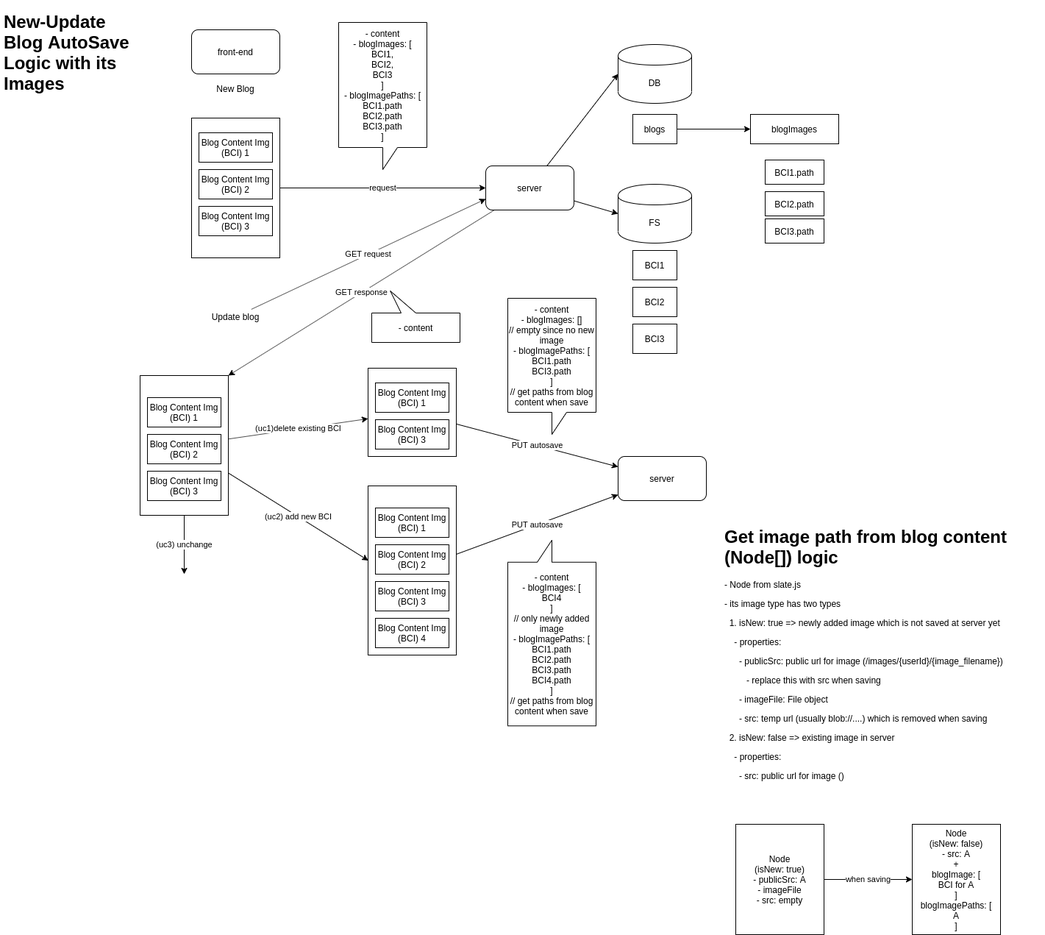
Above: AutoSave_New_Update_Blog_Logic.PNG in stsiwo/sts_blogs (draw.io), before the change. Source tidied: cells renumbered, new cells last; positions are measured from the earlier drawing's top-left corner, leaving out a move shared by most shapes.
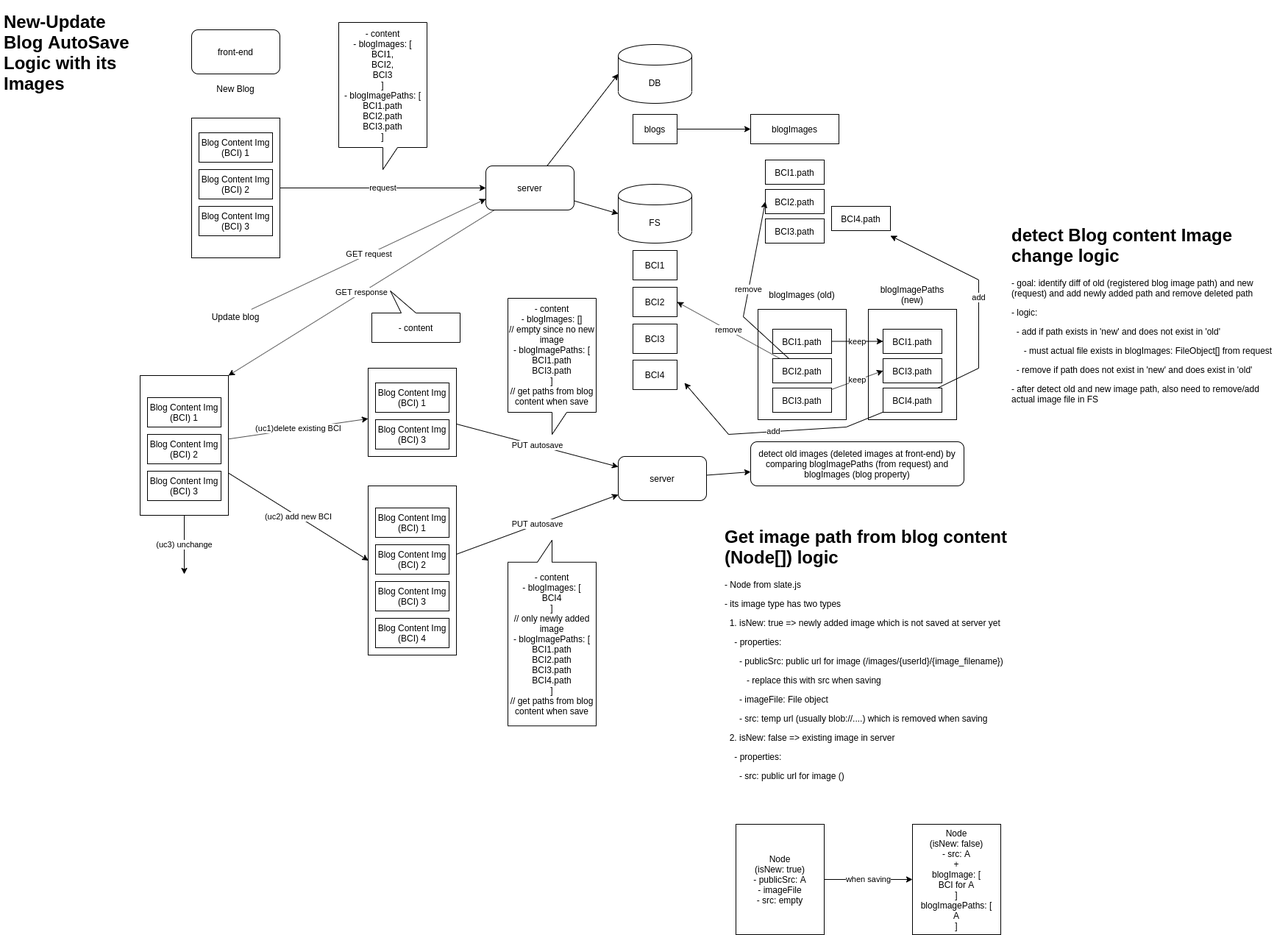
The same file after the commit.

What changed in the source:
```diff
@@ -72,7 +72,7 @@
       <mxGeometry x="1040" y="207" width="80" height="33" as="geometry" />
     </mxCell>
     <mxCell id="25" value="BCI2.path" style="rounded=0;whiteSpace=wrap;html=1;" parent="1" vertex="1">
-      <mxGeometry x="1040" y="250" width="80" height="33" as="geometry" />
+      <mxGeometry x="1040" y="247" width="80" height="33" as="geometry" />
     </mxCell>
     <mxCell id="26" value="BCI3.path" style="rounded=0;whiteSpace=wrap;html=1;" parent="1" vertex="1">
       <mxGeometry x="1040" y="287" width="80" height="33" as="geometry" />
@@ -139,9 +139,15 @@
     <mxCell id="46" value="Blog Content Img (BCI) 4" style="rounded=0;whiteSpace=wrap;html=1;" parent="1" vertex="1">
       <mxGeometry x="510" y="830" width="100" height="40" as="geometry" />
     </mxCell>
+    <mxCell id="54" style="edgeStyle=none;rounded=0;jettySize=auto;html=1;" parent="1" edge="1" source="47" target="55">
+      <mxGeometry relative="1" as="geometry" />
+    </mxCell>
     <mxCell id="47" value="server" style="rounded=1;whiteSpace=wrap;html=1;" parent="1" vertex="1">
       <mxGeometry x="840" y="610" width="120" height="60" as="geometry" />
     </mxCell>
+    <mxCell id="55" value="detect old images (deleted images at front-end) by comparing blogImagePaths (from request) and blogImages (blog property)" style="rounded=1;whiteSpace=wrap;html=1;" parent="1" vertex="1">
+      <mxGeometry x="1020" y="590" width="290" height="60" as="geometry" />
+    </mxCell>
     <mxCell id="48" value="- content&lt;br&gt;- blogImages: []&lt;br&gt;// empty since no new image&lt;br&gt;- blogImagePaths: [&lt;br&gt;BCI1.path&lt;br&gt;BCI3.path&lt;br&gt;]&lt;br&gt;// get paths from blog content when save" style="shape=callout;whiteSpace=wrap;html=1;perimeter=calloutPerimeter;" parent="1" vertex="1">
       <mxGeometry x="690" y="395" width="120" height="185" as="geometry" />
     </mxCell>
@@ -160,5 +166,78 @@
     <mxCell id="53" value="Node&lt;br&gt;(isNew: false)&lt;br&gt;- src: A&lt;br&gt;+&lt;br&gt;blogImage: [&lt;br&gt;BCI for A&lt;br&gt;]&lt;br&gt;blogImagePaths: [&lt;br&gt;A&lt;br&gt;]" style="rounded=0;whiteSpace=wrap;html=1;" parent="1" vertex="1">
       <mxGeometry x="1240" y="1110" width="120" height="150" as="geometry" />
     </mxCell>
+    <mxCell id="56" value="&lt;h1&gt;detect Blog content Image change logic&lt;/h1&gt;&lt;p&gt;- goal: identify diff of old (registered blog image path) and new (request) and add newly added path and remove deleted path&lt;/p&gt;&lt;p&gt;- logic:&lt;/p&gt;&lt;p&gt;&amp;nbsp; - add if path exists in 'new' and does not exist in 'old'&lt;/p&gt;&lt;p&gt;&amp;nbsp; &amp;nbsp; &amp;nbsp;- must actual file exists in blogImages: FileObject[] from request&lt;/p&gt;&lt;p&gt;&amp;nbsp; - remove if path does not exist in 'new' and does exist in 'old'&lt;/p&gt;&lt;p&gt;- after detect old and new image path, also need to remove/add actual image file in FS&lt;/p&gt;" style="text;html=1;strokeColor=none;fillColor=none;spacing=5;spacingTop=-20;whiteSpace=wrap;overflow=hidden;rounded=0;" parent="1" vertex="1">
+      <mxGeometry x="1370" y="290" width="380" height="270" as="geometry" />
+    </mxCell>
+    <mxCell id="57" style="rounded=0;whiteSpace=wrap;html=1;" parent="1" vertex="1">
+      <mxGeometry x="1030" y="410" width="120" height="150" as="geometry" />
+    </mxCell>
+    <mxCell id="58" value="BCI1.path" style="rounded=0;whiteSpace=wrap;html=1;" parent="1" vertex="1">
+      <mxGeometry x="1050" y="437" width="80" height="33" as="geometry" />
+    </mxCell>
+    <mxCell id="59" value="remove" style="edgeStyle=none;rounded=0;jettySize=auto;html=1;entryX=0;entryY=0.5;entryDx=0;entryDy=0;" parent="1" edge="1" source="61" target="25">
+      <mxGeometry relative="1" as="geometry">
+        <Array as="points">
+          <mxPoint x="1010" y="420" />
+        </Array>
+      </mxGeometry>
+    </mxCell>
+    <mxCell id="60" value="remove" style="edgeStyle=none;rounded=0;jettySize=auto;html=1;entryX=1;entryY=0.5;entryDx=0;entryDy=0;" parent="1" edge="1" source="61" target="18">
+      <mxGeometry relative="1" as="geometry" />
+    </mxCell>
+    <mxCell id="61" value="BCI2.path" style="rounded=0;whiteSpace=wrap;html=1;" parent="1" vertex="1">
+      <mxGeometry x="1050" y="477" width="80" height="33" as="geometry" />
+    </mxCell>
+    <mxCell id="62" value="BCI3.path" style="rounded=0;whiteSpace=wrap;html=1;" parent="1" vertex="1">
+      <mxGeometry x="1050" y="517" width="80" height="33" as="geometry" />
+    </mxCell>
+    <mxCell id="63" value="blogImages (old)" style="text;html=1;strokeColor=none;fillColor=none;align=center;verticalAlign=middle;whiteSpace=wrap;rounded=0;" parent="1" vertex="1">
+      <mxGeometry x="1030" y="380" width="120" height="20" as="geometry" />
+    </mxCell>
+    <mxCell id="64" style="rounded=0;whiteSpace=wrap;html=1;" parent="1" vertex="1">
+      <mxGeometry x="1180" y="410" width="120" height="150" as="geometry" />
+    </mxCell>
+    <mxCell id="65" value="BCI1.path" style="rounded=0;whiteSpace=wrap;html=1;" parent="1" vertex="1">
+      <mxGeometry x="1200" y="437" width="80" height="33" as="geometry" />
+    </mxCell>
+    <mxCell id="66" value="BCI3.path" style="rounded=0;whiteSpace=wrap;html=1;" parent="1" vertex="1">
+      <mxGeometry x="1200" y="477" width="80" height="33" as="geometry" />
+    </mxCell>
+    <mxCell id="67" value="blogImagePaths (new)" style="text;html=1;strokeColor=none;fillColor=none;align=center;verticalAlign=middle;whiteSpace=wrap;rounded=0;" parent="1" vertex="1">
+      <mxGeometry x="1180" y="380" width="120" height="20" as="geometry" />
+    </mxCell>
+    <mxCell id="68" value="add" style="edgeStyle=none;rounded=0;jettySize=auto;html=1;" parent="1" edge="1" source="70">
+      <mxGeometry relative="1" as="geometry">
+        <mxPoint x="1210" y="310" as="targetPoint" />
+        <Array as="points">
+          <mxPoint x="1330" y="490" />
+          <mxPoint x="1330" y="370" />
+        </Array>
+      </mxGeometry>
+    </mxCell>
+    <mxCell id="69" value="add" style="edgeStyle=none;rounded=0;jettySize=auto;html=1;" parent="1" edge="1" source="70">
+      <mxGeometry relative="1" as="geometry">
+        <mxPoint x="930" y="510" as="targetPoint" />
+        <Array as="points">
+          <mxPoint x="1150" y="570" />
+          <mxPoint x="990" y="580" />
+        </Array>
+      </mxGeometry>
+    </mxCell>
+    <mxCell id="70" value="BCI4.path" style="rounded=0;whiteSpace=wrap;html=1;" parent="1" vertex="1">
+      <mxGeometry x="1200" y="517" width="80" height="33" as="geometry" />
+    </mxCell>
+    <mxCell id="71" value="keep" style="edgeStyle=none;rounded=0;jettySize=auto;html=1;" parent="1" edge="1" source="58" target="65">
+      <mxGeometry relative="1" as="geometry" />
+    </mxCell>
+    <mxCell id="72" value="keep" style="edgeStyle=none;rounded=0;jettySize=auto;html=1;entryX=0;entryY=0.5;entryDx=0;entryDy=0;" parent="1" edge="1" source="62" target="66">
+      <mxGeometry relative="1" as="geometry" />
+    </mxCell>
+    <mxCell id="73" value="BCI4.path" style="rounded=0;whiteSpace=wrap;html=1;" parent="1" vertex="1">
+      <mxGeometry x="1130" y="270" width="80" height="33" as="geometry" />
+    </mxCell>
+    <mxCell id="74" value="BCI4" style="rounded=0;whiteSpace=wrap;html=1;" parent="1" vertex="1">
+      <mxGeometry x="860" y="479.1" width="60" height="40" as="geometry" />
+    </mxCell>
   </root>
 </mxGraphModel>
```
